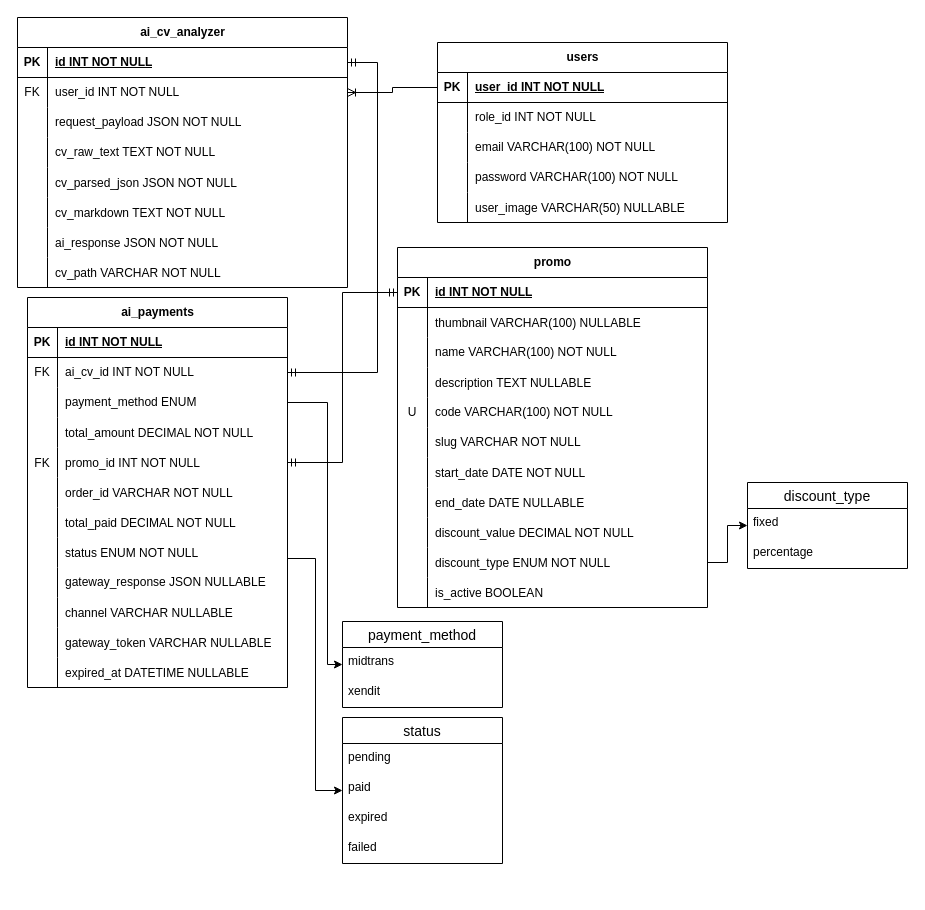
Before: schema/schema.drawio in muhammadoby/bikincv-ai, a draw.io diagram. Source tidied: cells renumbered, new cells numbered last; positions are measured from the earlier drawing's top-left corner, leaving out a move shared by most shapes. Both pictures are drawn from the tidied source at 100%, with x=0, y=0 at pixel (17, 17).
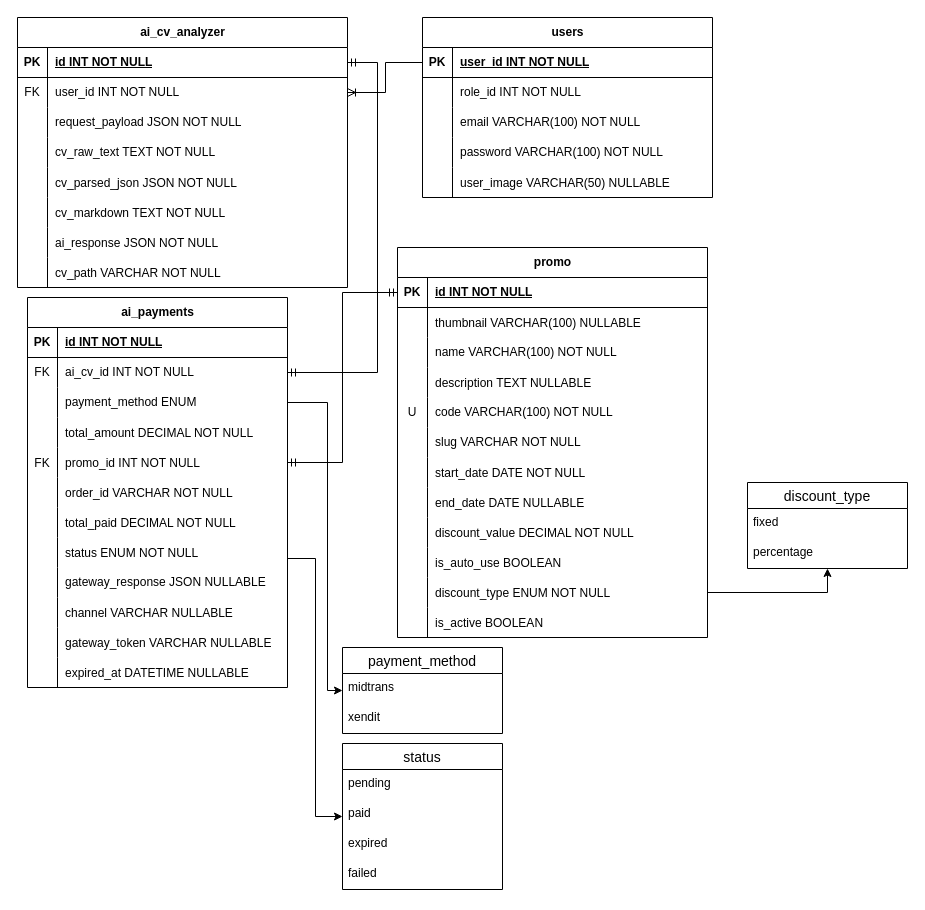
Above is the later version.

Change to the diagram source:
```diff
@@
     <mxCell id="27" value="users" style="shape=table;startSize=30;childLayout=tableLayout;rowLines=0;fontStyle=1;align=center;html=1;" parent="1" vertex="1">
-      <mxGeometry x="420" y="25" width="290" height="180" as="geometry" />
+      <mxGeometry x="405" width="290" height="180" as="geometry" />
     </mxCell>
@@
     <mxCell id="80" value="promo" style="shape=table;startSize=30;childLayout=tableLayout;rowLines=0;fontStyle=1;align=center;html=1;" parent="1" vertex="1">
-      <mxGeometry x="380" y="230" width="310" height="360" as="geometry" />
+      <mxGeometry x="380" y="230" width="310" height="390" as="geometry" />
     </mxCell>
@@
+    <mxCell id="131" style="shape=tableRow;horizontal=0;startSize=0;swimlaneHead=0;swimlaneBody=0;fillColor=none;top=0;left=0;right=0;bottom=0;" parent="80" vertex="1">
+      <mxGeometry y="300" width="310" height="30" as="geometry" />
+    </mxCell>
+    <mxCell id="132" style="shape=partialRectangle;fillColor=none;top=0;left=0;bottom=0;right=0;overflow=hidden;" parent="131" vertex="1">
+      <mxGeometry width="30" height="30" as="geometry" />
+    </mxCell>
+    <mxCell id="133" value="is_auto_use BOOLEAN" style="shape=partialRectangle;fillColor=none;top=0;left=0;bottom=0;right=0;align=left;spacingLeft=6;overflow=hidden;" parent="131" vertex="1">
+      <mxGeometry x="30" width="280" height="30" as="geometry" />
+    </mxCell>
     <mxCell id="108" style="shape=tableRow;horizontal=0;startSize=0;swimlaneHead=0;swimlaneBody=0;fillColor=none;points=[[0,0.5],[1,0.5]];portConstraint=eastwest;top=0;left=0;right=0;bottom=0;" parent="80" vertex="1">
-      <mxGeometry y="300" width="310" height="30" as="geometry" />
+      <mxGeometry y="330" width="310" height="30" as="geometry" />
     </mxCell>
@@
     <mxCell id="111" style="shape=tableRow;horizontal=0;startSize=0;swimlaneHead=0;swimlaneBody=0;fillColor=none;top=0;left=0;right=0;bottom=0;" parent="80" vertex="1">
-      <mxGeometry y="330" width="310" height="30" as="geometry" />
+      <mxGeometry y="360" width="310" height="30" as="geometry" />
     </mxCell>
@@
     <mxCell id="115" value="payment_method" style="swimlane;fontStyle=0;horizontal=1;startSize=26;align=center;fontSize=14;" parent="1" vertex="1">
-      <mxGeometry x="325" y="604" width="160" height="86" as="geometry" />
+      <mxGeometry x="325" y="630" width="160" height="86" as="geometry" />
     </mxCell>
@@
     <mxCell id="119" value="status" style="swimlane;fontStyle=0;horizontal=1;startSize=26;align=center;fontSize=14;" parent="1" vertex="1">
-      <mxGeometry x="325" y="700" width="160" height="146" as="geometry" />
+      <mxGeometry x="325" y="726" width="160" height="146" as="geometry" />
     </mxCell>
```
